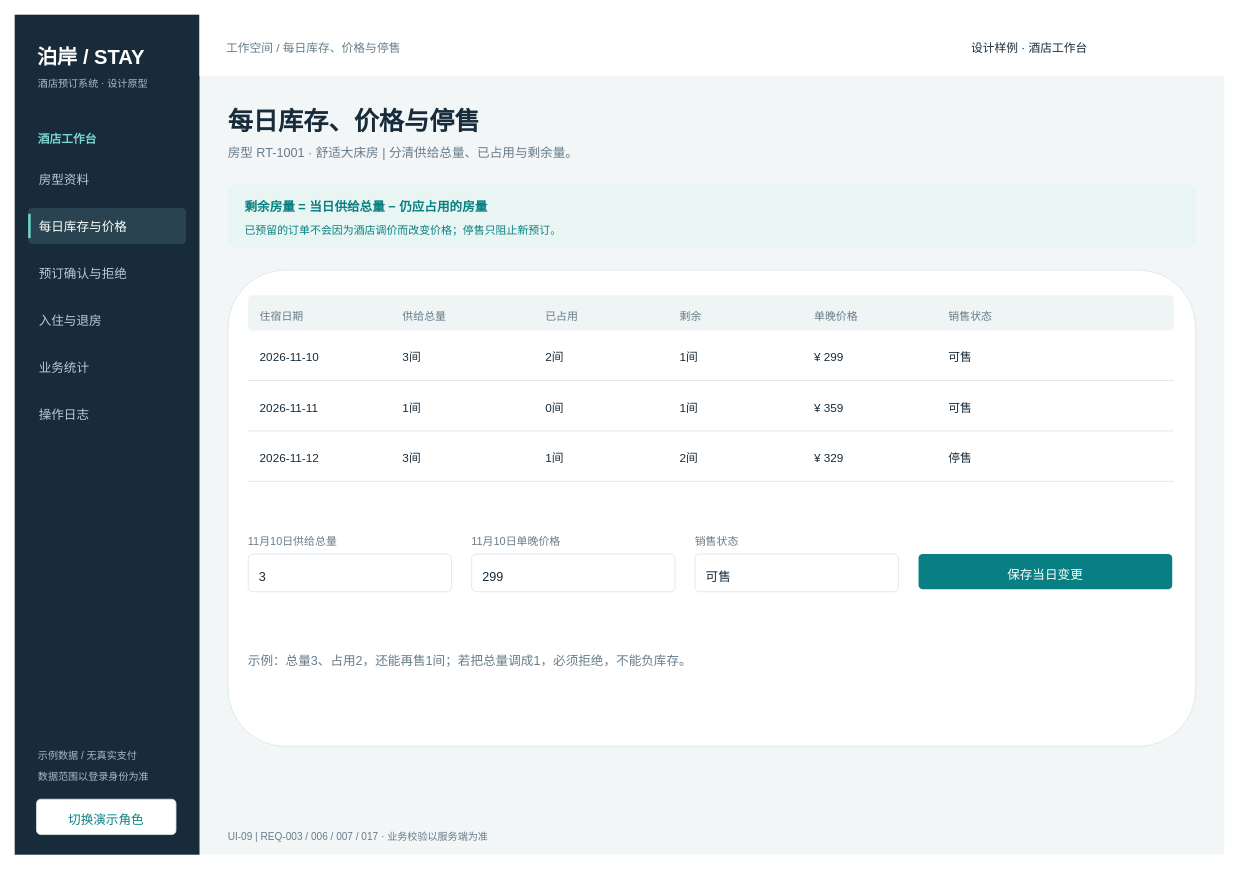
This is page "UI-09 每日库存、价格与停售" (9 of 16) of 制作源文件/酒店预订UI.drawio from bear0327/software-engineering-lab, a draw.io file, before an edit. Source tidied: cells renumbered, new cells numbered last; positions are measured from the earlier drawing's top-left corner, leaving out a move shared by most shapes. Both pictures are drawn from the tidied source at 84%, with x=0, y=0 at pixel (14, 14).
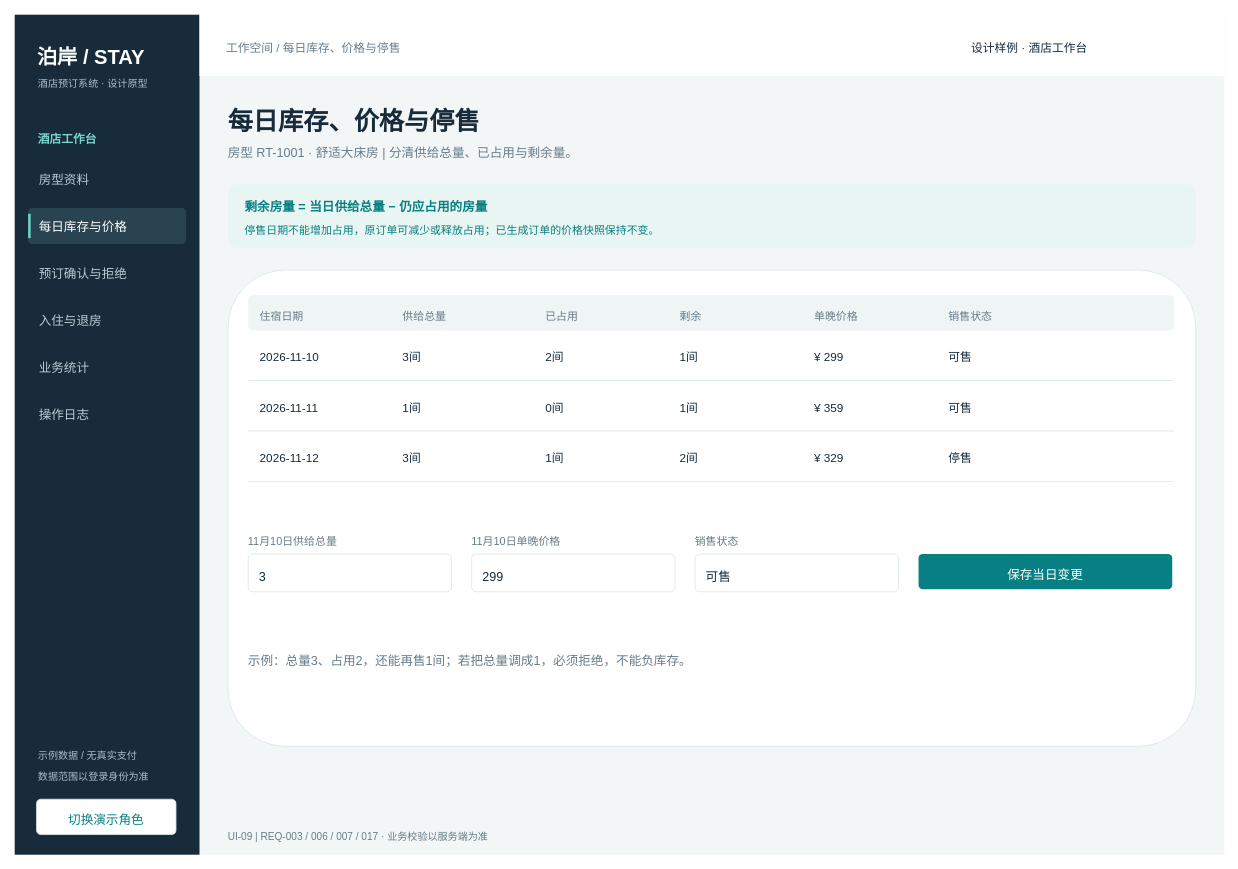
After the change.

Change to the diagram source:
```diff
@@
-    <mxCell id="27" value="已预留的订单不会因为酒店调价而改变价格；停售只阻止新预订。" style="text;html=0;align=left;verticalAlign=top;whiteSpace=wrap;overflow=visible;strokeColor=none;fillColor=none;fontFamily=Microsoft YaHei;fontSize=13;fontColor=#087F82;fontStyle=0;spacing=0;" parent="1" vertex="1">
-      <mxGeometry x="274" y="245" width="382" height="19.5" as="geometry" />
+    <mxCell id="27" value="停售日期不能增加占用，原订单可减少或释放占用；已生成订单的价格快照保持不变。" style="text;html=0;align=left;verticalAlign=top;whiteSpace=wrap;overflow=visible;strokeColor=none;fillColor=none;fontFamily=Microsoft YaHei;fontSize=13;fontColor=#087F82;fontStyle=0;spacing=0;" parent="1" vertex="1">
+      <mxGeometry x="274" y="245" width="499" height="19.5" as="geometry" />
     </mxCell>
```
